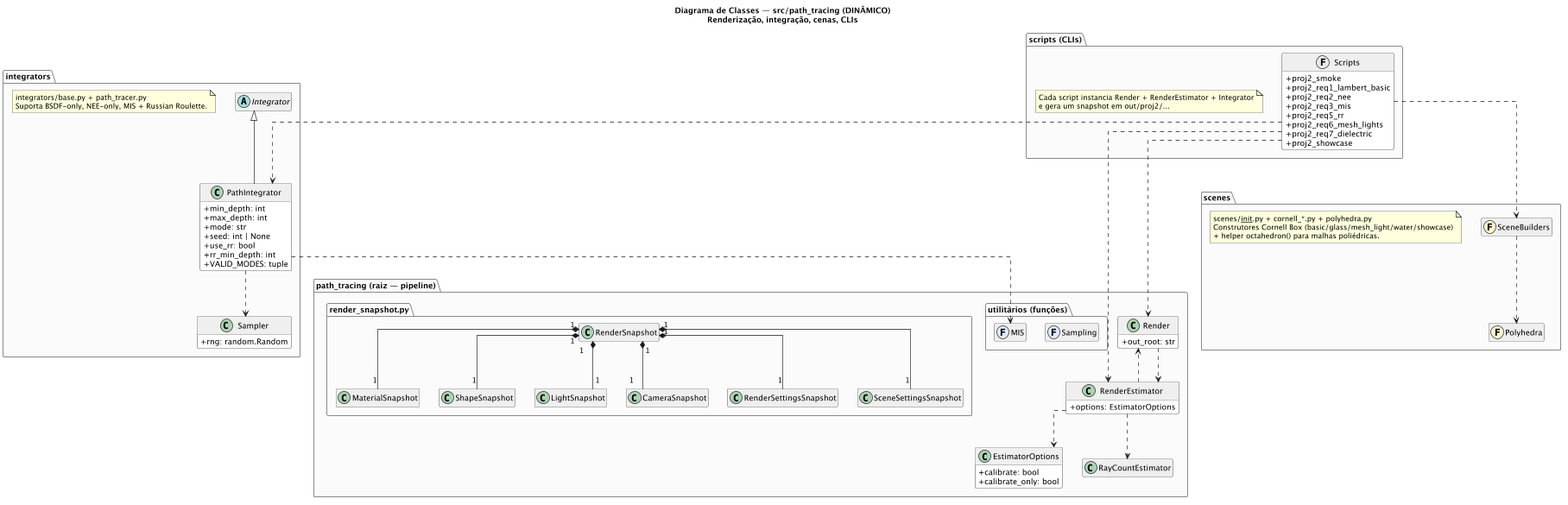
Before: path_tracing_class_diagram_dynamic.png, a diagram exported from PlantUML (yangricardo/INF2608-comp-grafica).
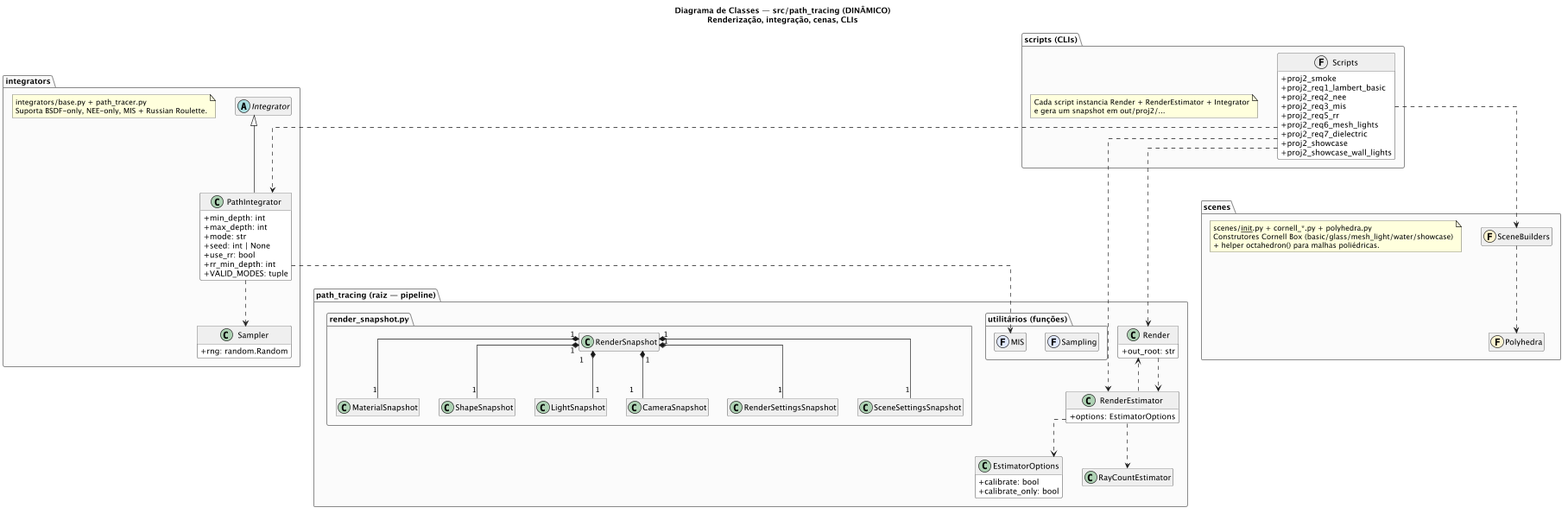
The same file after the commit.

Commit message:
feat: add new scene for wall lights and update class diagram, add new ray tracing images

What changed in the source:
```diff
@@ -117,6 +117,7 @@
     +build_proj2_cornell_mesh_light_scene(): tuple
     +build_proj2_cornell_water_scene(absorption): tuple
     +build_proj2_cornell_showcase_scene(...): tuple
+    +build_proj2_cornell_wall_lights_scene(): tuple
   }
 }
 
@@ -135,6 +136,7 @@
     +proj2_req6_mesh_lights
     +proj2_req7_dielectric
     +proj2_showcase
+    +proj2_showcase_wall_lights
   }
 }
 
```
